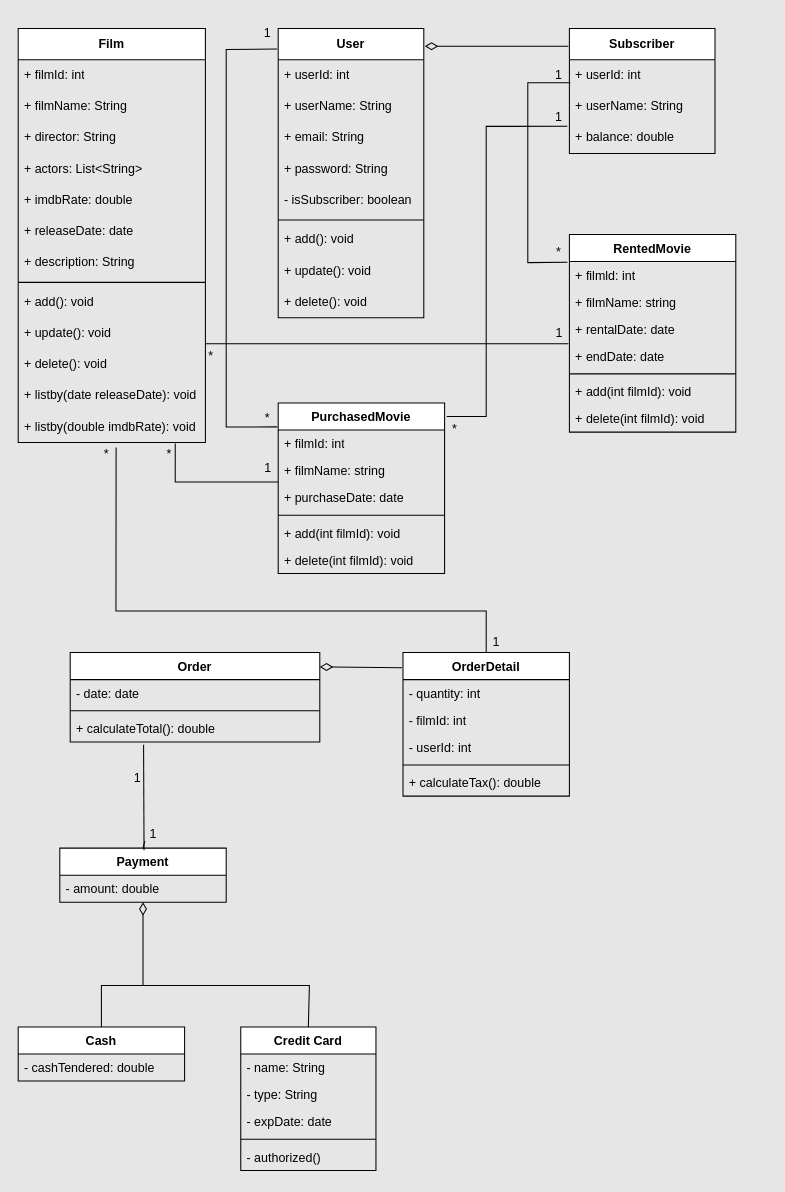
Gundogduu/javaIntro2022 keeps this draw.io diagram as OnlineFilmService.drawio. Above is the earlier version. Source tidied: cells renumbered, new cells numbered last; positions are measured from the earlier drawing's top-left corner, leaving out a move shared by most shapes. Both pictures are drawn from the tidied source at 104%, with x=0, y=0 at pixel (18, 18).
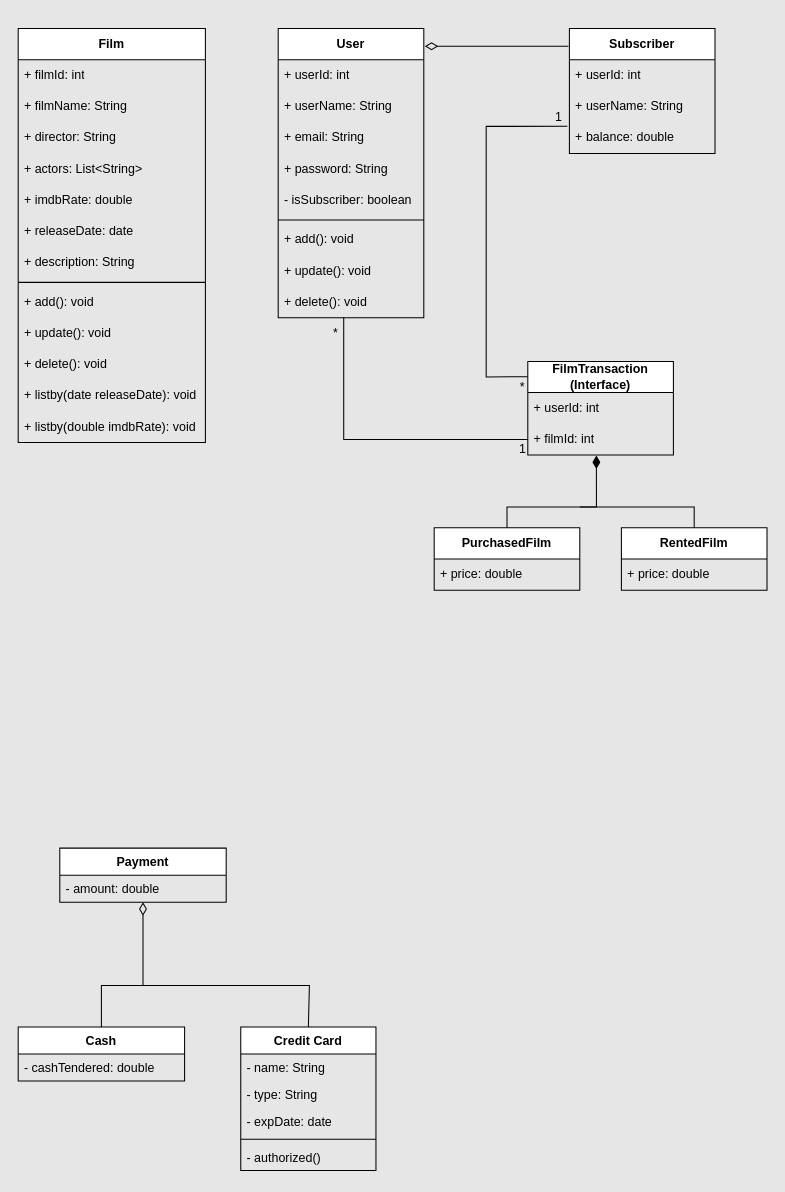
The same diagram, later.

Unchanged cells that the change refers to:
```xml
<mxCell id="11" value="+ delete(): void" style="text;strokeColor=none;fillColor=none;align=left;verticalAlign=middle;spacingLeft=4;spacingRight=4;overflow=hidden;points=[[0,0.5],[1,0.5]];portConstraint=eastwest;whiteSpace=wrap;html=1;" parent="2" vertex="1">
  <mxGeometry y="248" width="140" height="30" as="geometry" />
</mxCell>
<mxCell id="13" value="+ userId: int" style="text;strokeColor=none;fillColor=none;align=left;verticalAlign=middle;spacingLeft=4;spacingRight=4;overflow=hidden;points=[[0,0.5],[1,0.5]];portConstraint=eastwest;whiteSpace=wrap;html=1;" parent="12" vertex="1">
  <mxGeometry y="30" width="140" height="30" as="geometry" />
</mxCell>
<mxCell id="15" value="+ balance: double" style="text;strokeColor=none;fillColor=none;align=left;verticalAlign=middle;spacingLeft=4;spacingRight=4;overflow=hidden;points=[[0,0.5],[1,0.5]];portConstraint=eastwest;whiteSpace=wrap;html=1;" parent="12" vertex="1">
  <mxGeometry y="90" width="140" height="30" as="geometry" />
</mxCell>
<mxCell id="27" value="+ update(): void" style="text;strokeColor=none;fillColor=none;align=left;verticalAlign=middle;spacingLeft=4;spacingRight=4;overflow=hidden;points=[[0,0.5],[1,0.5]];portConstraint=eastwest;whiteSpace=wrap;html=1;" parent="17" vertex="1">
  <mxGeometry y="278" width="180" height="30" as="geometry" />
</mxCell>
<mxCell id="30" value="+ listby(double imdbRate): void" style="text;strokeColor=none;fillColor=none;align=left;verticalAlign=middle;spacingLeft=4;spacingRight=4;overflow=hidden;points=[[0,0.5],[1,0.5]];portConstraint=eastwest;whiteSpace=wrap;html=1;" parent="17" vertex="1">
  <mxGeometry y="368" width="180" height="30" as="geometry" />
</mxCell>
<mxCell id="55" value="Payment" style="swimlane;fontStyle=1;align=center;verticalAlign=top;horizontal=1;startSize=26;whiteSpace=wrap;html=1;" parent="1" vertex="1">
  <mxGeometry x="40" y="798" width="160" height="52" as="geometry" />
</mxCell>
```

Diff of the diagram source:
```diff
@@
-    <mxCell id="31" value="RentedMovie" style="swimlane;fontStyle=1;align=center;verticalAlign=top;horizontal=1;startSize=26;whiteSpace=wrap;html=1;" parent="1" vertex="1">
-      <mxGeometry x="530" y="208" width="160" height="190" as="geometry" />
-    </mxCell>
-    <mxCell id="32" value="+ filmld: int" style="text;strokeColor=none;fillColor=none;align=left;verticalAlign=top;spacingLeft=4;spacingRight=4;overflow=hidden;whiteSpace=wrap;html=1;" parent="31" vertex="1">
-      <mxGeometry y="26" width="160" height="26" as="geometry" />
-    </mxCell>
-    <mxCell id="33" value="+ filmName: string" style="text;strokeColor=none;fillColor=none;align=left;verticalAlign=top;spacingLeft=4;spacingRight=4;overflow=hidden;whiteSpace=wrap;html=1;" parent="31" vertex="1">
-      <mxGeometry y="52" width="160" height="26" as="geometry" />
-    </mxCell>
-    <mxCell id="34" value="+ rentalDate: date" style="text;strokeColor=none;fillColor=none;align=left;verticalAlign=top;spacingLeft=4;spacingRight=4;overflow=hidden;whiteSpace=wrap;html=1;" parent="31" vertex="1">
-      <mxGeometry y="78" width="160" height="26" as="geometry" />
-    </mxCell>
-    <mxCell id="35" value="+ endDate: date" style="text;strokeColor=none;fillColor=none;align=left;verticalAlign=top;spacingLeft=4;spacingRight=4;overflow=hidden;points=[[0,0.5],[1,0.5]];portConstraint=eastwest;whiteSpace=wrap;html=1;" parent="31" vertex="1">
-      <mxGeometry y="104" width="160" height="26" as="geometry" />
-    </mxCell>
-    <mxCell id="36" style="line;strokeWidth=1;fillColor=none;align=left;verticalAlign=middle;spacingTop=-1;spacingLeft=3;spacingRight=3;labelPosition=right;strokeColor=inherit;" parent="31" vertex="1">
-      <mxGeometry y="130" width="160" height="8" as="geometry" />
-    </mxCell>
-    <mxCell id="37" value="+ add(int filmId): void" style="text;strokeColor=none;fillColor=none;align=left;verticalAlign=top;spacingLeft=4;spacingRight=4;overflow=hidden;whiteSpace=wrap;html=1;" parent="31" vertex="1">
-      <mxGeometry y="138" width="160" height="26" as="geometry" />
-    </mxCell>
-    <mxCell id="38" value="+ delete(int filmId): void" style="text;strokeColor=none;fillColor=none;align=left;verticalAlign=top;spacingLeft=4;spacingRight=4;overflow=hidden;whiteSpace=wrap;html=1;" parent="31" vertex="1">
-      <mxGeometry y="164" width="160" height="26" as="geometry" />
-    </mxCell>
-    <mxCell id="39" value="PurchasedMovie" style="swimlane;fontStyle=1;align=center;verticalAlign=top;horizontal=1;startSize=26;whiteSpace=wrap;html=1;" parent="1" vertex="1">
-      <mxGeometry x="250" y="370" width="160" height="164" as="geometry" />
-    </mxCell>
-    <mxCell id="40" value="+ filmId: int" style="text;strokeColor=none;fillColor=none;align=left;verticalAlign=top;spacingLeft=4;spacingRight=4;overflow=hidden;points=[[0,0.5],[1,0.5]];portConstraint=eastwest;whiteSpace=wrap;html=1;" parent="39" vertex="1">
-      <mxGeometry y="26" width="160" height="26" as="geometry" />
-    </mxCell>
-    <mxCell id="41" value="+ filmName: string" style="text;strokeColor=none;fillColor=none;align=left;verticalAlign=top;spacingLeft=4;spacingRight=4;overflow=hidden;whiteSpace=wrap;html=1;" parent="39" vertex="1">
-      <mxGeometry y="52" width="160" height="26" as="geometry" />
-    </mxCell>
-    <mxCell id="42" value="+ purchaseDate: date" style="text;strokeColor=none;fillColor=none;align=left;verticalAlign=top;spacingLeft=4;spacingRight=4;overflow=hidden;points=[[0,0.5],[1,0.5]];portConstraint=eastwest;whiteSpace=wrap;html=1;" parent="39" vertex="1">
-      <mxGeometry y="78" width="160" height="26" as="geometry" />
-    </mxCell>
-    <mxCell id="43" style="line;strokeWidth=1;fillColor=none;align=left;verticalAlign=middle;spacingTop=-1;spacingLeft=3;spacingRight=3;labelPosition=right;strokeColor=inherit;" parent="39" vertex="1">
-      <mxGeometry y="104" width="160" height="8" as="geometry" />
-    </mxCell>
-    <mxCell id="44" value="+ add(int filmId): void" style="text;strokeColor=none;fillColor=none;align=left;verticalAlign=top;spacingLeft=4;spacingRight=4;overflow=hidden;whiteSpace=wrap;html=1;" parent="39" vertex="1">
-      <mxGeometry y="112" width="160" height="26" as="geometry" />
-    </mxCell>
-    <mxCell id="45" value="+ delete(int filmId): void" style="text;strokeColor=none;fillColor=none;align=left;verticalAlign=top;spacingLeft=4;spacingRight=4;overflow=hidden;whiteSpace=wrap;html=1;" parent="39" vertex="1">
-      <mxGeometry y="138" width="160" height="26" as="geometry" />
-    </mxCell>
-    <mxCell id="46" style="edgeStyle=none;jettySize=auto;html=1;rounded=0;exitX=-0.012;exitY=0.14;exitDx=0;exitDy=0;exitPerimeter=0;entryX=0.007;entryY=0.733;entryDx=0;entryDy=0;entryPerimeter=0;endArrow=none;startFill=0;" parent="1" edge="1" source="31" target="13">
-      <mxGeometry relative="1" as="geometry">
-        <Array as="points">
-          <mxPoint x="490" y="235" />
-          <mxPoint x="490" y="62" />
-        </Array>
-      </mxGeometry>
-    </mxCell>
-    <mxCell id="47" value="1" style="text;html=1;align=center;verticalAlign=middle;whiteSpace=wrap;rounded=0;" parent="1" vertex="1">
-      <mxGeometry x="490" y="40" width="60" height="30" as="geometry" />
-    </mxCell>
-    <mxCell id="48" value="*" style="text;html=1;align=center;verticalAlign=middle;whiteSpace=wrap;rounded=0;" parent="1" vertex="1">
-      <mxGeometry x="490" y="210" width="60" height="30" as="geometry" />
-    </mxCell>
-    <mxCell id="49" style="edgeStyle=none;jettySize=auto;html=1;rounded=0;exitX=-0.006;exitY=0.14;exitDx=0;exitDy=0;exitPerimeter=0;entryX=0.651;entryY=0.988;entryDx=0;entryDy=0;endArrow=none;startFill=0;entryPerimeter=0;" parent="1" edge="1" source="39" target="50">
-      <mxGeometry relative="1" as="geometry">
-        <Array as="points">
-          <mxPoint x="200" y="393" />
-          <mxPoint x="200" y="30" />
-        </Array>
-      </mxGeometry>
-    </mxCell>
-    <mxCell id="50" value="1" style="text;html=1;align=center;verticalAlign=middle;whiteSpace=wrap;rounded=0;" parent="1" vertex="1">
-      <mxGeometry x="210" width="60" height="30" as="geometry" />
-    </mxCell>
-    <mxCell id="51" value="*" style="text;html=1;align=center;verticalAlign=middle;whiteSpace=wrap;rounded=0;" parent="1" vertex="1">
-      <mxGeometry x="210" y="370" width="60" height="30" as="geometry" />
-    </mxCell>
-    <mxCell id="52" style="edgeStyle=none;jettySize=auto;html=1;rounded=0;exitX=1.013;exitY=0.079;exitDx=0;exitDy=0;exitPerimeter=0;entryX=-0.014;entryY=0.133;entryDx=0;entryDy=0;endArrow=none;startFill=0;entryPerimeter=0;" parent="1" edge="1" source="39" target="15">
+    <mxCell id="52" style="edgeStyle=none;jettySize=auto;html=1;rounded=0;exitX=0;exitY=0.163;exitDx=0;exitDy=0;entryX=-0.014;entryY=0.133;entryDx=0;entryDy=0;endArrow=none;startFill=0;entryPerimeter=0;exitPerimeter=0;" parent="1" edge="1" source="91" target="15">
       <mxGeometry relative="1" as="geometry">
         <Array as="points">
-          <mxPoint x="450" y="383" />
+          <mxPoint x="450" y="345" />
           <mxPoint x="450" y="104" />
         </Array>
       </mxGeometry>
     </mxCell>
@@
     <mxCell id="54" value="*" style="text;html=1;align=center;verticalAlign=middle;whiteSpace=wrap;rounded=0;" parent="1" vertex="1">
-      <mxGeometry x="390" y="380" width="60" height="30" as="geometry" />
+      <mxGeometry x="470" y="340" width="30" height="30" as="geometry" />
     </mxCell>
@@
-    <mxCell id="66" value="Order" style="swimlane;fontStyle=1;align=center;verticalAlign=top;horizontal=1;startSize=26;whiteSpace=wrap;html=1;" parent="1" vertex="1">
-      <mxGeometry x="50" y="610" width="240" height="86" as="geometry" />
-    </mxCell>
-    <mxCell id="67" value="- date: date" style="text;strokeColor=none;fillColor=none;align=left;verticalAlign=top;spacingLeft=4;spacingRight=4;overflow=hidden;whiteSpace=wrap;html=1;" parent="66" vertex="1">
-      <mxGeometry y="26" width="240" height="26" as="geometry" />
-    </mxCell>
-    <mxCell id="68" style="line;strokeWidth=1;fillColor=none;align=left;verticalAlign=middle;spacingTop=-1;spacingLeft=3;spacingRight=3;labelPosition=right;strokeColor=inherit;" parent="66" vertex="1">
-      <mxGeometry y="52" width="240" height="8" as="geometry" />
-    </mxCell>
-    <mxCell id="69" value="+ calculateTotal(): double" style="text;strokeColor=none;fillColor=none;align=left;verticalAlign=top;spacingLeft=4;spacingRight=4;overflow=hidden;points=[[0,0.5],[1,0.5]];portConstraint=eastwest;whiteSpace=wrap;html=1;" parent="66" vertex="1">
-      <mxGeometry y="60" width="240" height="26" as="geometry" />
-    </mxCell>
-    <mxCell id="70" style="edgeStyle=none;jettySize=auto;html=1;rounded=0;entryX=0.294;entryY=1.104;entryDx=0;entryDy=0;entryPerimeter=0;endArrow=none;startFill=0;" parent="1" edge="1" target="69">
-      <mxGeometry relative="1" as="geometry">
-        <mxPoint x="121" y="800" as="sourcePoint" />
-      </mxGeometry>
-    </mxCell>
-    <mxCell id="71" value="1" style="text;html=1;align=center;verticalAlign=middle;whiteSpace=wrap;rounded=0;" parent="1" vertex="1">
-      <mxGeometry x="90" y="722" width="50" height="18" as="geometry" />
-    </mxCell>
@@
-    <mxCell id="73" style="edgeStyle=none;jettySize=auto;html=1;rounded=0;exitX=0.5;exitY=0;exitDx=0;exitDy=0;entryX=0.294;entryY=1.104;entryDx=0;entryDy=0;entryPerimeter=0;endArrow=none;startFill=0;" parent="1" edge="1" source="55" target="74">
-      <mxGeometry relative="1" as="geometry" />
-    </mxCell>
-    <mxCell id="74" value="1" style="text;html=1;align=center;verticalAlign=middle;whiteSpace=wrap;rounded=0;" parent="1" vertex="1">
-      <mxGeometry x="110" y="780" width="40" height="10" as="geometry" />
-    </mxCell>
-    <mxCell id="75" value="OrderDetail" style="swimlane;fontStyle=1;align=center;verticalAlign=top;horizontal=1;startSize=26;whiteSpace=wrap;html=1;" parent="1" vertex="1">
-      <mxGeometry x="370" y="610" width="160" height="138" as="geometry" />
-    </mxCell>
-    <mxCell id="76" value="- quantity: int" style="text;strokeColor=none;fillColor=none;align=left;verticalAlign=top;spacingLeft=4;spacingRight=4;overflow=hidden;whiteSpace=wrap;html=1;" parent="75" vertex="1">
-      <mxGeometry y="26" width="160" height="26" as="geometry" />
-    </mxCell>
-    <mxCell id="77" value="- filmId: int" style="text;strokeColor=none;fillColor=none;align=left;verticalAlign=top;spacingLeft=4;spacingRight=4;overflow=hidden;whiteSpace=wrap;html=1;" parent="75" vertex="1">
-      <mxGeometry y="52" width="160" height="26" as="geometry" />
-    </mxCell>
-    <mxCell id="78" value="- userId: int" style="text;strokeColor=none;fillColor=none;align=left;verticalAlign=top;spacingLeft=4;spacingRight=4;overflow=hidden;whiteSpace=wrap;html=1;" parent="75" vertex="1">
-      <mxGeometry y="78" width="160" height="26" as="geometry" />
-    </mxCell>
-    <mxCell id="79" style="line;strokeWidth=1;fillColor=none;align=left;verticalAlign=middle;spacingTop=-1;spacingLeft=3;spacingRight=3;labelPosition=right;strokeColor=inherit;" parent="75" vertex="1">
-      <mxGeometry y="104" width="160" height="8" as="geometry" />
-    </mxCell>
-    <mxCell id="80" value="+ calculateTax(): double" style="text;strokeColor=none;fillColor=none;align=left;verticalAlign=top;spacingLeft=4;spacingRight=4;overflow=hidden;whiteSpace=wrap;html=1;" parent="75" vertex="1">
-      <mxGeometry y="112" width="160" height="26" as="geometry" />
-    </mxCell>
-    <mxCell id="81" style="edgeStyle=none;jettySize=auto;html=1;rounded=0;exitX=1;exitY=0.16;exitDx=0;exitDy=0;exitPerimeter=0;endArrow=none;startFill=0;startArrow=diamondThin;startSize=10;entryX=-0.006;entryY=0.105;entryDx=0;entryDy=0;entryPerimeter=0;" parent="1" edge="1" source="66" target="75">
-      <mxGeometry relative="1" as="geometry" />
-    </mxCell>
-    <mxCell id="82" style="edgeStyle=none;jettySize=auto;html=1;rounded=0;exitX=0.523;exitY=1.159;exitDx=0;exitDy=0;exitPerimeter=0;entryX=0.5;entryY=0;entryDx=0;entryDy=0;endArrow=none;startFill=0;" parent="1" edge="1" source="30" target="75">
-      <mxGeometry relative="1" as="geometry">
-        <Array as="points">
-          <mxPoint x="94" y="570" />
-          <mxPoint x="450" y="570" />
-        </Array>
-      </mxGeometry>
-    </mxCell>
-    <mxCell id="83" value="*" style="text;html=1;align=center;verticalAlign=middle;whiteSpace=wrap;rounded=0;" parent="1" vertex="1">
-      <mxGeometry x="60" y="408" width="50" height="22" as="geometry" />
-    </mxCell>
-    <mxCell id="84" value="1" style="text;html=1;align=center;verticalAlign=middle;whiteSpace=wrap;rounded=0;" parent="1" vertex="1">
-      <mxGeometry x="430" y="590" width="60" height="20" as="geometry" />
-    </mxCell>
-    <mxCell id="85" style="edgeStyle=none;jettySize=auto;html=1;rounded=0;exitX=0.839;exitY=1.033;exitDx=0;exitDy=0;exitPerimeter=0;entryX=0;entryY=-0.077;entryDx=0;entryDy=0;entryPerimeter=0;endArrow=none;startFill=0;" parent="1" edge="1" source="30" target="42">
-      <mxGeometry relative="1" as="geometry">
-        <Array as="points">
-          <mxPoint x="151" y="446" />
-        </Array>
-      </mxGeometry>
-    </mxCell>
-    <mxCell id="86" value="1" style="text;html=1;align=center;verticalAlign=middle;strokeColor=none;fillColor=none;" parent="1" vertex="1">
-      <mxGeometry x="225" y="418" width="30" height="30" as="geometry" />
-    </mxCell>
-    <mxCell id="87" value="*" style="text;html=1;align=center;verticalAlign=middle;strokeColor=none;fillColor=none;" parent="1" vertex="1">
-      <mxGeometry x="130" y="404" width="30" height="30" as="geometry" />
-    </mxCell>
-    <mxCell id="88" style="edgeStyle=none;jettySize=auto;html=1;rounded=0;entryX=-0.006;entryY=0.038;entryDx=0;entryDy=0;entryPerimeter=0;exitX=1;exitY=0.833;exitDx=0;exitDy=0;exitPerimeter=0;endArrow=none;startFill=0;" parent="1" edge="1" source="27" target="35">
-      <mxGeometry relative="1" as="geometry">
-        <Array as="points">
-          <mxPoint x="370" y="313" />
-        </Array>
-      </mxGeometry>
-    </mxCell>
-    <mxCell id="89" value="1" style="text;html=1;align=center;verticalAlign=middle;strokeColor=none;fillColor=none;" parent="1" vertex="1">
-      <mxGeometry x="505" y="288" width="30" height="30" as="geometry" />
-    </mxCell>
-    <mxCell id="90" value="*" style="text;html=1;align=center;verticalAlign=middle;strokeColor=none;fillColor=none;" parent="1" vertex="1">
-      <mxGeometry x="170" y="310" width="30" height="30" as="geometry" />
-    </mxCell>
+    <mxCell id="91" value="&lt;b&gt;FilmTransaction (Interface)&lt;/b&gt;" style="swimlane;fontStyle=0;horizontal=1;startSize=30;whiteSpace=wrap;html=1;" parent="1" vertex="1">
+      <mxGeometry x="490" y="330" width="140" height="90" as="geometry" />
+    </mxCell>
+    <mxCell id="92" value="+ userId: int" style="text;strokeColor=none;fillColor=none;align=left;verticalAlign=middle;spacingLeft=4;spacingRight=4;overflow=hidden;whiteSpace=wrap;html=1;" parent="91" vertex="1">
+      <mxGeometry y="30" width="140" height="30" as="geometry" />
+    </mxCell>
+    <mxCell id="40" value="+ filmId: int" style="text;strokeColor=none;fillColor=none;align=left;verticalAlign=middle;spacingLeft=4;spacingRight=4;overflow=hidden;points=[[0,0.5],[1,0.5]];portConstraint=eastwest;whiteSpace=wrap;html=1;" parent="91" vertex="1">
+      <mxGeometry y="60" width="140" height="30" as="geometry" />
+    </mxCell>
+    <mxCell id="93" value="&lt;b&gt;RentedFilm&lt;/b&gt;" style="swimlane;fontStyle=0;horizontal=1;startSize=30;whiteSpace=wrap;html=1;" parent="1" vertex="1">
+      <mxGeometry x="580" y="490" width="140" height="60" as="geometry" />
+    </mxCell>
+    <mxCell id="94" value="+ price: double" style="text;strokeColor=none;fillColor=none;align=left;verticalAlign=middle;spacingLeft=4;spacingRight=4;overflow=hidden;whiteSpace=wrap;html=1;" parent="93" vertex="1">
+      <mxGeometry y="30" width="140" height="30" as="geometry" />
+    </mxCell>
+    <mxCell id="95" value="&lt;b&gt;PurchasedFilm&lt;/b&gt;" style="swimlane;fontStyle=0;horizontal=1;startSize=30;whiteSpace=wrap;html=1;" parent="1" vertex="1">
+      <mxGeometry x="400" y="490" width="140" height="60" as="geometry" />
+    </mxCell>
+    <mxCell id="96" value="+ price: double" style="text;strokeColor=none;fillColor=none;align=left;verticalAlign=middle;spacingLeft=4;spacingRight=4;overflow=hidden;whiteSpace=wrap;html=1;" parent="95" vertex="1">
+      <mxGeometry y="30" width="140" height="30" as="geometry" />
+    </mxCell>
+    <mxCell id="97" style="edgeStyle=none;jettySize=auto;html=1;rounded=0;exitX=0.5;exitY=0;exitDx=0;exitDy=0;entryX=0.471;entryY=1.017;entryDx=0;entryDy=0;entryPerimeter=0;endArrow=diamondThin;endFill=1;endSize=10;" parent="1" edge="1" source="95" target="40">
+      <mxGeometry relative="1" as="geometry">
+        <Array as="points">
+          <mxPoint x="470" y="470" />
+          <mxPoint x="556" y="470" />
+        </Array>
+      </mxGeometry>
+    </mxCell>
+    <mxCell id="98" style="edgeStyle=none;jettySize=auto;html=1;rounded=0;exitX=0.5;exitY=0;exitDx=0;exitDy=0;endArrow=none;startFill=0;" parent="1" edge="1" source="93">
+      <mxGeometry relative="1" as="geometry">
+        <mxPoint x="540" y="470" as="targetPoint" />
+        <Array as="points">
+          <mxPoint x="650" y="470" />
+        </Array>
+      </mxGeometry>
+    </mxCell>
+    <mxCell id="99" style="edgeStyle=none;jettySize=auto;html=1;rounded=0;entryX=0.45;entryY=0.983;entryDx=0;entryDy=0;entryPerimeter=0;exitX=0;exitY=0.5;exitDx=0;exitDy=0;startArrow=none;startFill=0;endArrow=none;" parent="1" edge="1" source="40" target="11">
+      <mxGeometry relative="1" as="geometry">
+        <Array as="points">
+          <mxPoint x="313" y="405" />
+        </Array>
+      </mxGeometry>
+    </mxCell>
+    <mxCell id="100" value="*" style="text;html=1;align=center;verticalAlign=middle;strokeColor=none;fillColor=none;" parent="1" vertex="1">
+      <mxGeometry x="290" y="288" width="30" height="30" as="geometry" />
+    </mxCell>
+    <mxCell id="101" value="1" style="text;html=1;align=center;verticalAlign=middle;strokeColor=none;fillColor=none;" parent="1" vertex="1">
+      <mxGeometry x="470" y="400" width="30" height="30" as="geometry" />
+    </mxCell>
```
